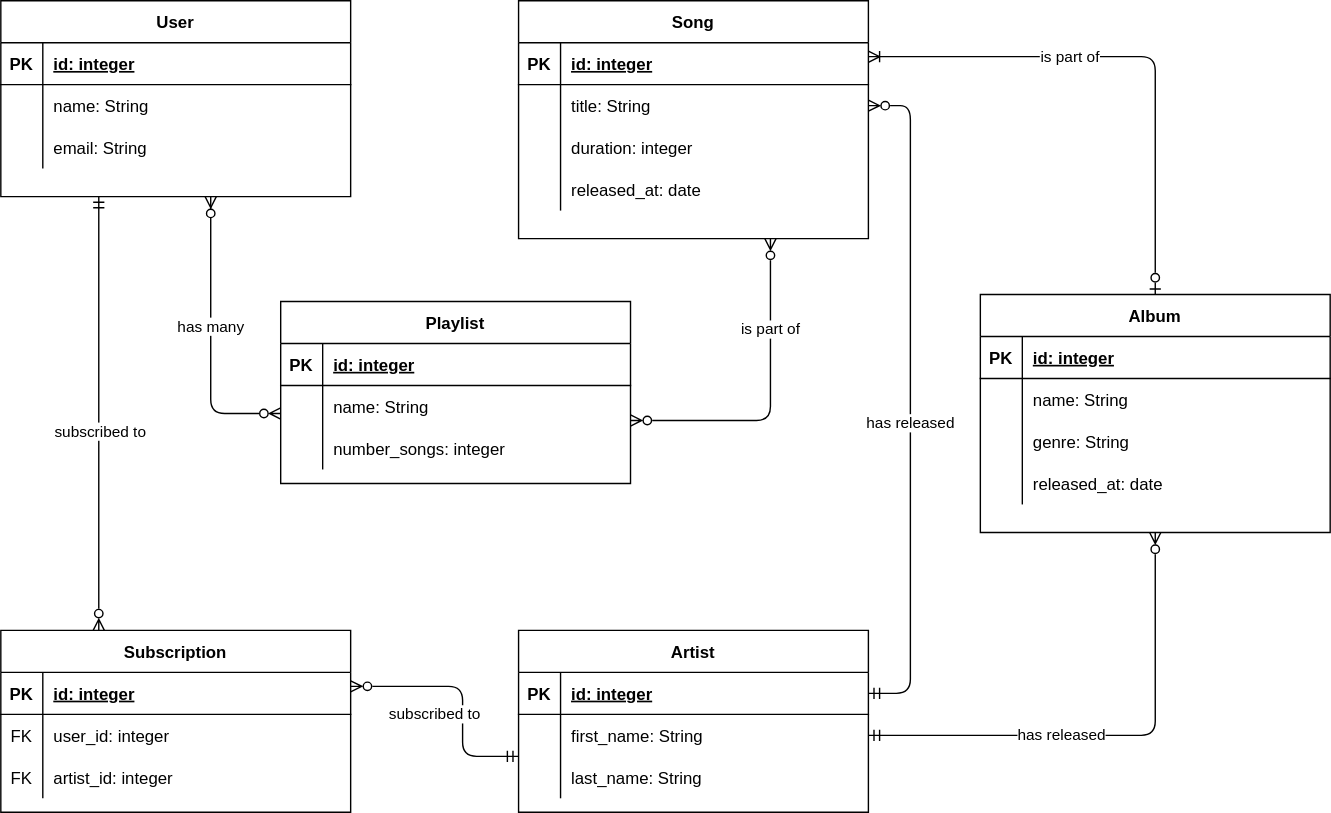
Above: erd.svg in SBakanow/hhn-db1-memeql (draw.io), before the change. Source tidied: cells renumbered, new cells last; positions are measured from the earlier drawing's top-left corner, leaving out a move shared by most shapes.
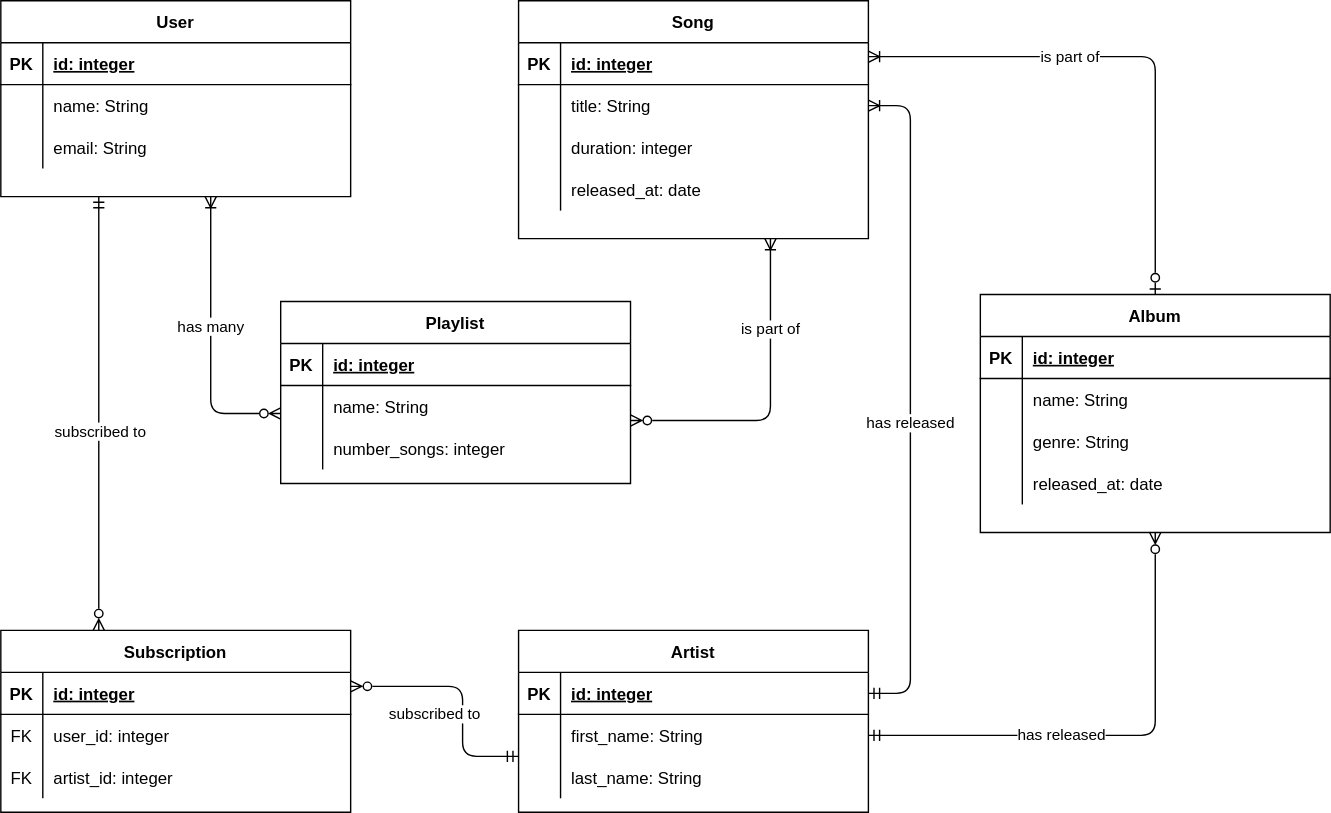
Later version of the same file.

Diff of the diagram source:
```diff
@@ -2,7 +2,7 @@
   <root>
     <mxCell id="0" />
     <mxCell id="1" parent="0" />
-    <mxCell id="2" style="edgeStyle=entityRelationEdgeStyle;endArrow=ERmandOne;startArrow=ERzeroToMany;endFill=0;startFill=0;" parent="1" edge="1" source="8" target="18">
+    <mxCell id="2" style="edgeStyle=entityRelationEdgeStyle;endArrow=ERmandOne;startArrow=ERoneToMany;endFill=0;startFill=0;" parent="1" edge="1" source="8" target="18">
       <mxGeometry relative="1" as="geometry" />
     </mxCell>
     <mxCell id="3" value="has released" style="edgeLabel;html=1;align=center;verticalAlign=middle;" parent="2" vertex="1">
@@ -167,7 +167,7 @@
     <mxCell id="56" value="artist_id: integer" style="shape=partialRectangle;overflow=hidden;fillColor=none;top=0;left=0;bottom=0;right=0;align=left;spacingLeft=6;" parent="54" vertex="1">
       <mxGeometry x="30" width="220" height="30" as="geometry" />
     </mxCell>
-    <mxCell id="57" style="edgeStyle=orthogonalEdgeStyle;endArrow=ERzeroToMany;startArrow=ERzeroToMany;endFill=1;startFill=0;" parent="1" edge="1" source="37" target="27">
+    <mxCell id="57" style="edgeStyle=orthogonalEdgeStyle;endArrow=ERoneToMany;startArrow=ERzeroToMany;endFill=0;startFill=0;" parent="1" edge="1" source="37" target="27">
       <mxGeometry relative="1" as="geometry">
         <Array as="points">
           <mxPoint x="150" y="295" />
@@ -177,7 +177,7 @@
     <mxCell id="58" value="has many" style="edgeLabel;html=1;align=center;verticalAlign=middle;" parent="57" vertex="1">
       <mxGeometry x="0.1" relative="1" as="geometry" />
     </mxCell>
-    <mxCell id="59" style="edgeStyle=orthogonalEdgeStyle;endArrow=ERzeroToMany;startArrow=ERzeroToMany;endFill=0;startFill=0;" parent="1" edge="1" source="37" target="4">
+    <mxCell id="59" style="edgeStyle=orthogonalEdgeStyle;endArrow=ERoneToMany;startArrow=ERzeroToMany;endFill=0;startFill=0;" parent="1" edge="1" source="37" target="4">
       <mxGeometry relative="1" as="geometry">
         <Array as="points">
           <mxPoint x="550" y="300" />
```
